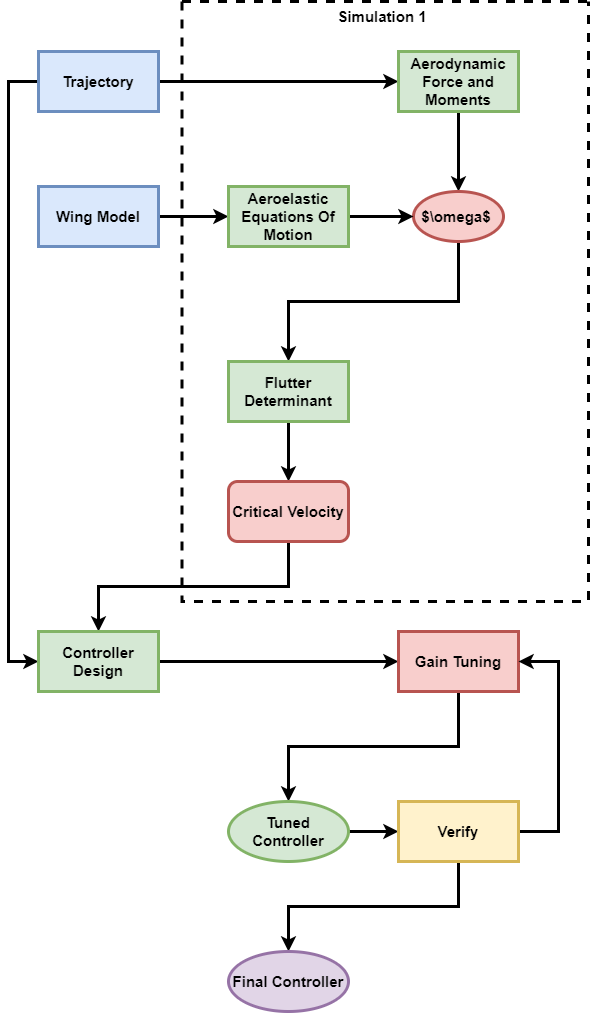
This is Sim_1/Simulation 1 Diagram.drawio.png from thomas-lando-18/Honours-Thesis, a draw.io export, as it was before one commit. Source tidied: cells renumbered, new cells last; positions are measured from the earlier drawing's top-left corner, leaving out a move shared by most shapes.
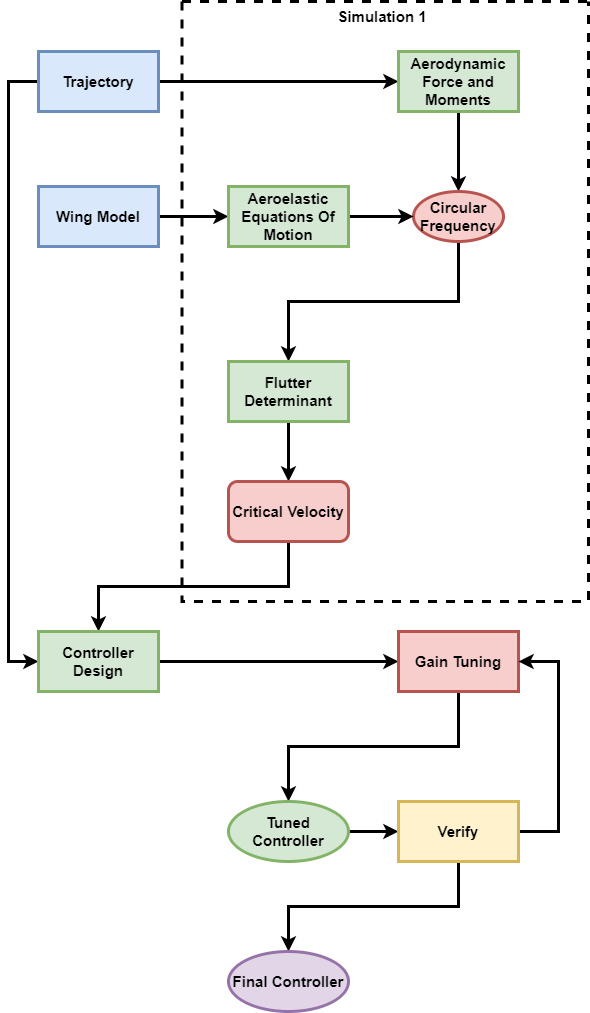
Above is the later version.

Diff of the diagram source:
```diff
@@ -31,7 +31,7 @@
     <mxCell id="9" style="edgeStyle=orthogonalEdgeStyle;rounded=0;jettySize=auto;html=1;exitX=0.5;exitY=1;exitDx=0;exitDy=0;entryX=0.5;entryY=0;entryDx=0;entryDy=0;fontSize=15;fontStyle=1;strokeWidth=3;" parent="1" edge="1" source="10" target="14">
       <mxGeometry relative="1" as="geometry" />
     </mxCell>
-    <mxCell id="10" value="$\omega$&amp;nbsp;" style="ellipse;whiteSpace=wrap;html=1;fillColor=#f8cecc;strokeColor=#b85450;fontSize=15;fontStyle=1;strokeWidth=3;" parent="1" vertex="1">
+    <mxCell id="10" value="Circular Frequency" style="ellipse;whiteSpace=wrap;html=1;fillColor=#f8cecc;strokeColor=#b85450;fontSize=15;fontStyle=1;strokeWidth=3;" parent="1" vertex="1">
       <mxGeometry x="405" y="190" width="90" height="50" as="geometry" />
     </mxCell>
     <mxCell id="11" style="edgeStyle=orthogonalEdgeStyle;rounded=0;jettySize=auto;html=1;exitX=1;exitY=0.5;exitDx=0;exitDy=0;entryX=0;entryY=0.5;entryDx=0;entryDy=0;fontSize=15;fontStyle=1;strokeWidth=3;" parent="1" edge="1" source="12" target="10">
```
